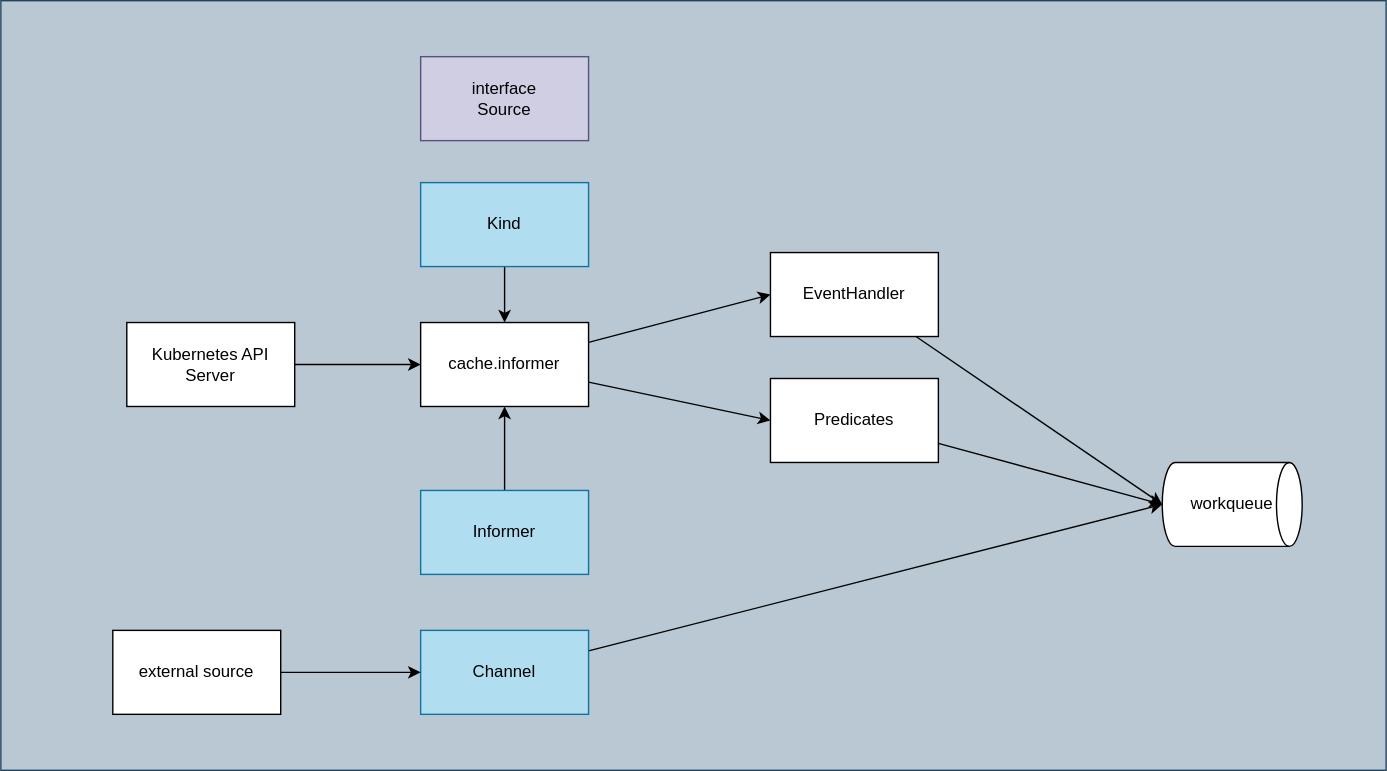
This is contents/kubernetes-operator/controller-runtime/source/dataflow.drawio.svg from nakamasato/kubernetes-training, a draw.io export, as it was before one commit. Source tidied: cells renumbered, new cells last; positions are measured from the earlier drawing's top-left corner, leaving out a move shared by most shapes.
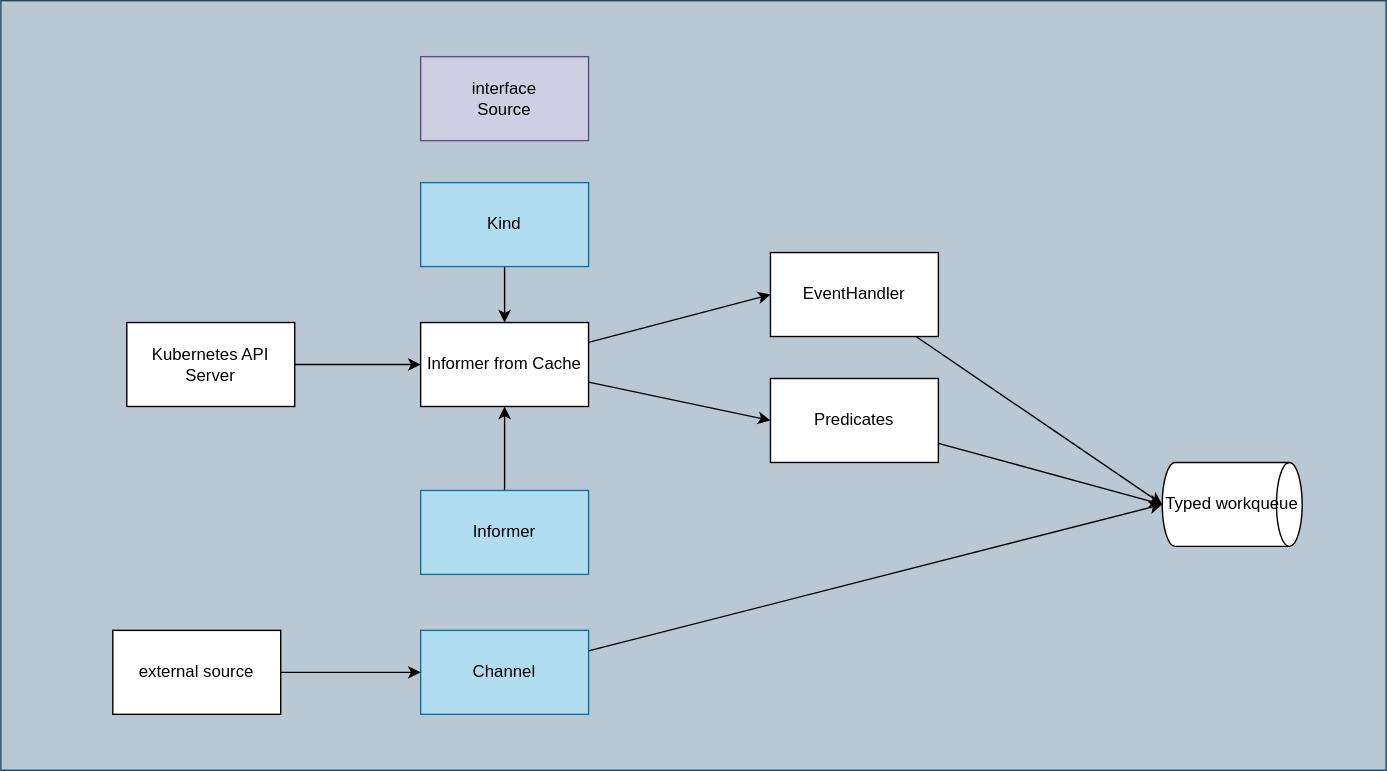
Later version of the same file.

What changed in the source:
```diff
@@ -38,7 +38,7 @@
     <mxCell id="13" style="edgeStyle=none;html=1;entryX=0;entryY=0.5;entryDx=0;entryDy=0;" parent="1" edge="1" source="14" target="18">
       <mxGeometry relative="1" as="geometry" />
     </mxCell>
-    <mxCell id="14" value="cache.informer" style="rounded=0;whiteSpace=wrap;html=1;" parent="1" vertex="1">
+    <mxCell id="14" value="Informer from Cache" style="rounded=0;whiteSpace=wrap;html=1;" parent="1" vertex="1">
       <mxGeometry x="300" y="230" width="120" height="60" as="geometry" />
     </mxCell>
     <mxCell id="15" style="edgeStyle=none;html=1;entryX=0;entryY=0.5;entryDx=0;entryDy=0;entryPerimeter=0;" parent="1" edge="1" source="16" target="19">
@@ -53,7 +53,7 @@
     <mxCell id="18" value="Predicates" style="rounded=0;whiteSpace=wrap;html=1;" parent="1" vertex="1">
       <mxGeometry x="550" y="270" width="120" height="60" as="geometry" />
     </mxCell>
-    <mxCell id="19" value="workqueue" style="strokeWidth=1;html=1;shape=mxgraph.flowchart.direct_data;whiteSpace=wrap;" parent="1" vertex="1">
+    <mxCell id="19" value="Typed workqueue" style="strokeWidth=1;html=1;shape=mxgraph.flowchart.direct_data;whiteSpace=wrap;" parent="1" vertex="1">
       <mxGeometry x="830" y="330" width="100" height="60" as="geometry" />
     </mxCell>
     <mxCell id="20" style="edgeStyle=none;html=1;" parent="1" edge="1" source="21" target="8">
```
